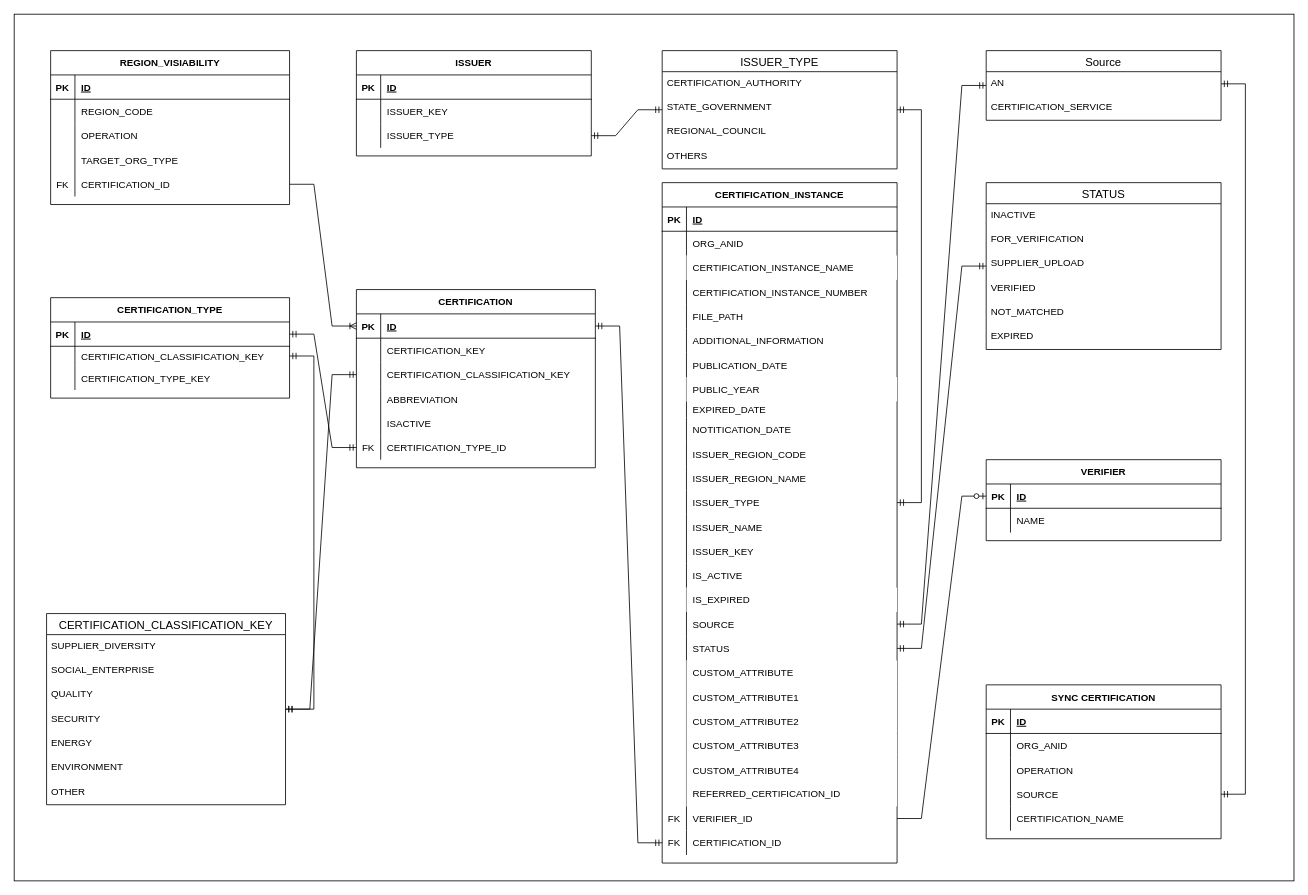
Earlier version of the draw.io diagram page "Model" (2 of 24) of certificationService.er.drawio (huangshijie/Drawio). Source tidied: cells renumbered, new cells numbered last; positions are measured from the earlier drawing's top-left corner, leaving out a move shared by most shapes. Both pictures are drawn from the tidied source at 81%, with x=0, y=0 at pixel (14, 14).
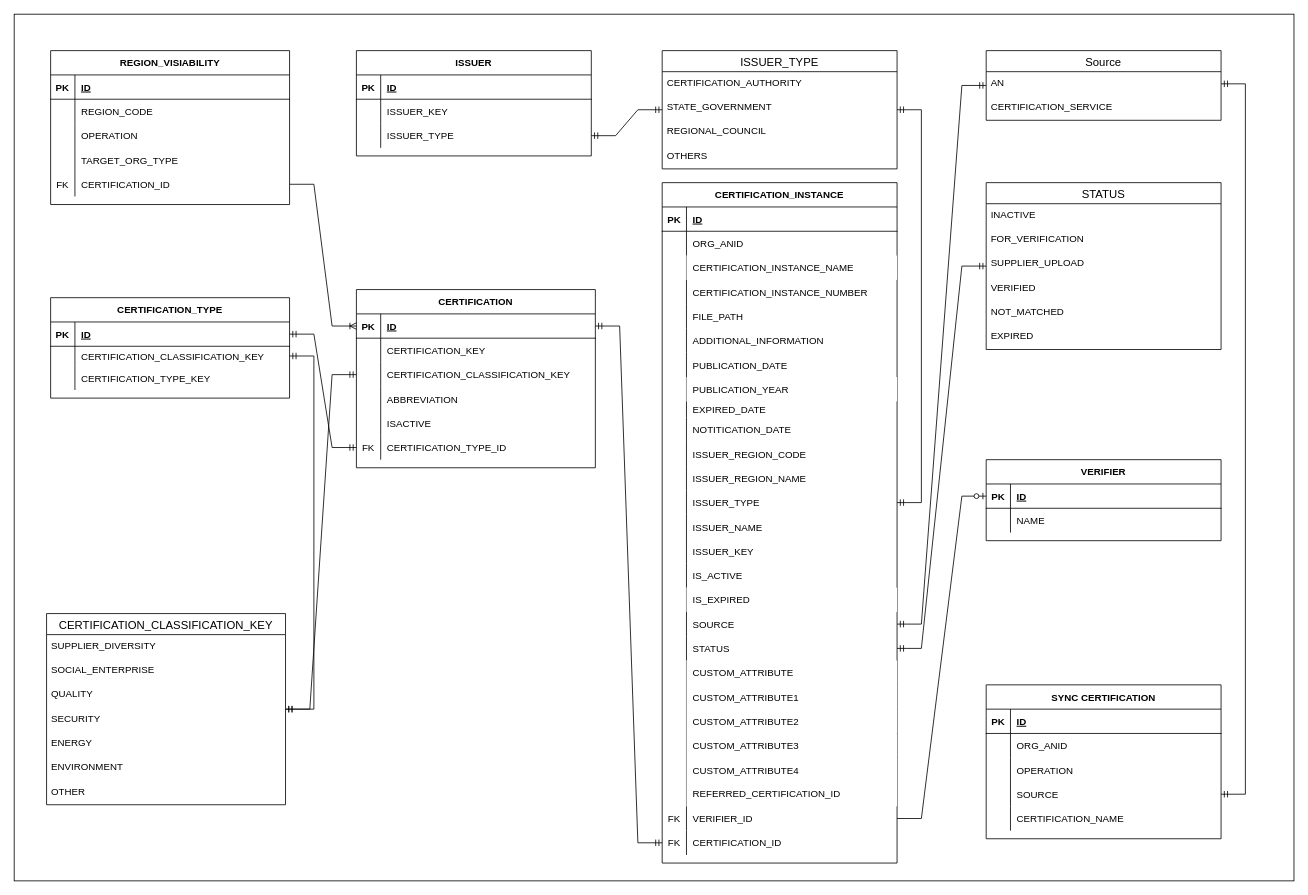
The same diagram, later.

Unchanged cells that the change refers to:
```xml
<mxCell id="44" style="shape=tableRow;horizontal=0;startSize=0;swimlaneHead=0;swimlaneBody=0;fillColor=none;top=0;left=0;right=0;bottom=0;" parent="22" vertex="1">
  <mxGeometry y="240" width="290" height="30" as="geometry" />
</mxCell>
```

The edit, as a diff of the source:
```diff
@@
-    <mxCell id="46" value="PUBLIC_YEAR" style="shape=partialRectangle;top=0;left=0;bottom=0;right=0;align=left;spacingLeft=6;overflow=hidden;" parent="44" vertex="1">
+    <mxCell id="46" value="PUBLICATION_YEAR" style="shape=partialRectangle;top=0;left=0;bottom=0;right=0;align=left;spacingLeft=6;overflow=hidden;" parent="44" vertex="1">
       <mxGeometry x="30" width="260" height="30" as="geometry" />
     </mxCell>
```
